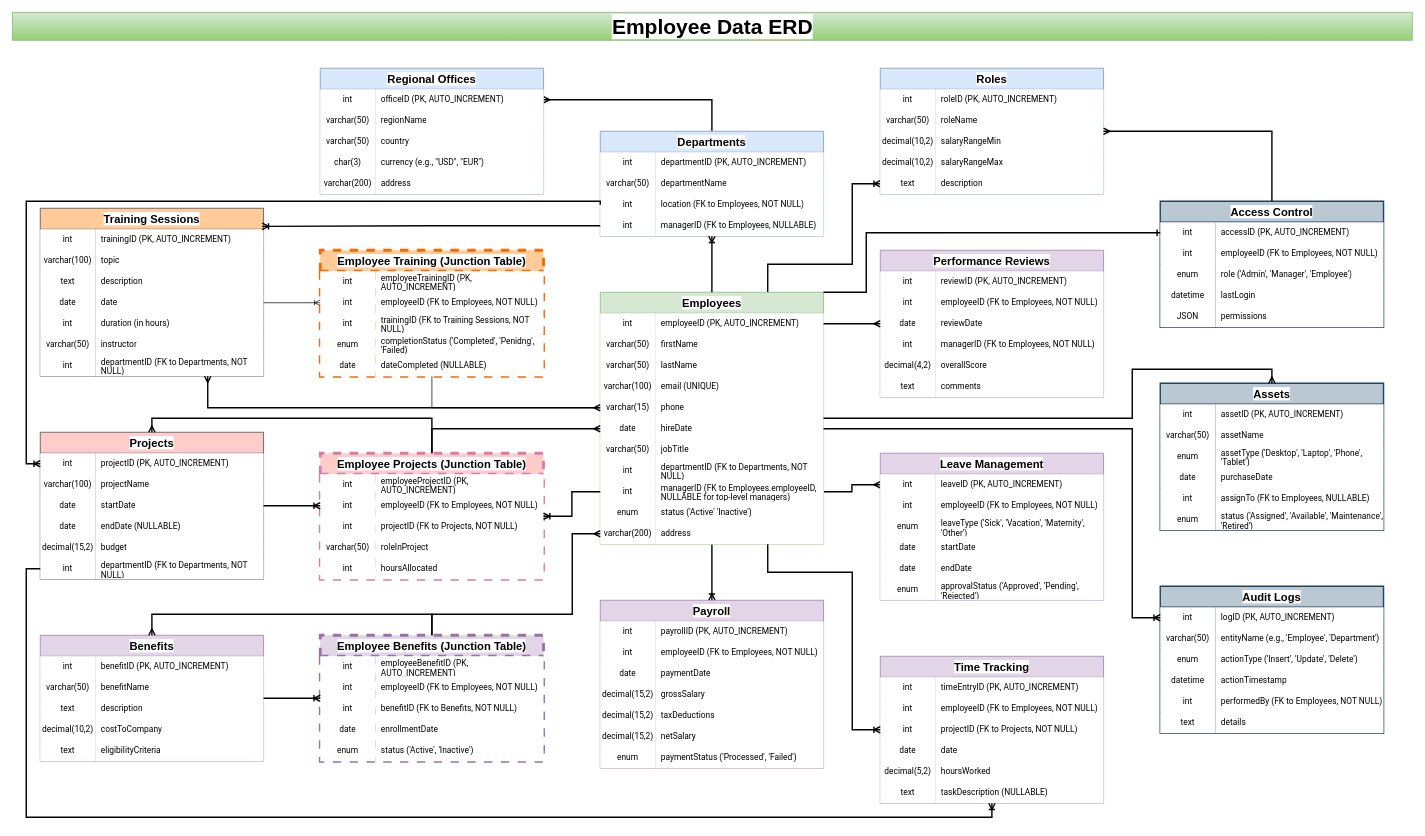
The draw.io diagram erd-diagram.drawio in HoneyBunny3/employee-data-management, before the edit. Source tidied: cells renumbered, new cells numbered last; positions are measured from the earlier drawing's top-left corner, leaving out a move shared by most shapes. Both pictures are drawn from the tidied source at 70%, with x=0, y=0 at pixel (12, 12).
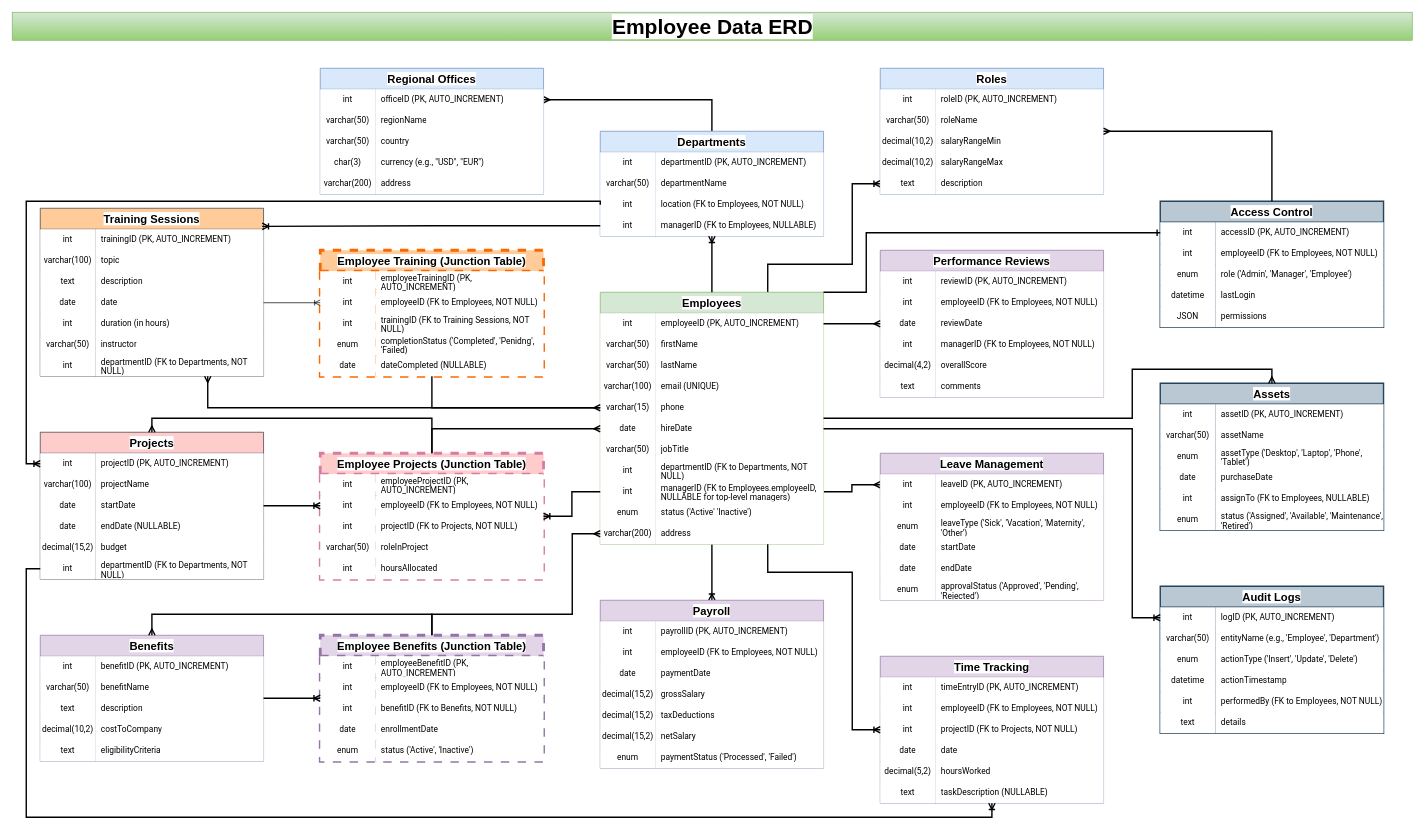
The same page after the edit.

The change refers to these unchanged cells:
```xml
<mxCell id="19" style="shape=tableRow;horizontal=0;startSize=0;swimlaneHead=0;swimlaneBody=0;top=0;left=0;bottom=0;right=0;fillColor=none;points=[[0,0.5],[1,0.5]];portConstraint=eastwest;strokeColor=inherit;fontSize=16;labelBackgroundColor=default;whiteSpace=wrap;" parent="6" vertex="1">
  <mxGeometry y="150" width="319" height="30" as="geometry" />
</mxCell>
<mxCell id="143" value="Employee Training (Junction Table)" style="shape=table;startSize=30;childLayout=tableLayout;rowLines=0;fontStyle=1;strokeColor=#fa6800;fontSize=16;points=[[0,0,0,0,0],[0,0.25,0,0,0],[0,0.5,0,0,0],[0,0.75,0,0,0],[0,1,0,0,0],[0.25,0,0,0,0],[0.25,1,0,0,0],[0.5,0,0,0,0],[0.5,1,0,0,0],[0.75,0,0,0,0],[0.75,1,0,0,0],[1,0,0,0,0],[1,0.25,0,0,0],[1,0.5,0,0,0],[1,0.75,0,0,0],[1,1,0,0,0]];labelBackgroundColor=default;whiteSpace=wrap;fillColor=#ffcc99;dashed=1;strokeWidth=4;" parent="1" vertex="1">
  <mxGeometry x="440" y="340" width="319" height="180" as="geometry" />
</mxCell>
```

The edit, as a diff of the source:
```diff
@@
-    <mxCell id="338" style="edgeStyle=orthogonalEdgeStyle;rounded=0;jettySize=auto;html=1;exitX=0;exitY=0.5;exitDx=0;exitDy=0;entryX=0.5;entryY=1;entryDx=0;entryDy=0;entryPerimeter=0;endArrow=none;endFill=0;" parent="1" edge="1" source="19" target="143">
+    <mxCell id="338" style="edgeStyle=orthogonalEdgeStyle;rounded=0;jettySize=auto;html=1;exitX=0;exitY=0.5;exitDx=0;exitDy=0;entryX=0.5;entryY=1;entryDx=0;entryDy=0;entryPerimeter=0;endArrow=none;endFill=0;strokeWidth=2;" parent="1" edge="1" source="19" target="143">
       <mxGeometry relative="1" as="geometry" />
     </mxCell>
```
